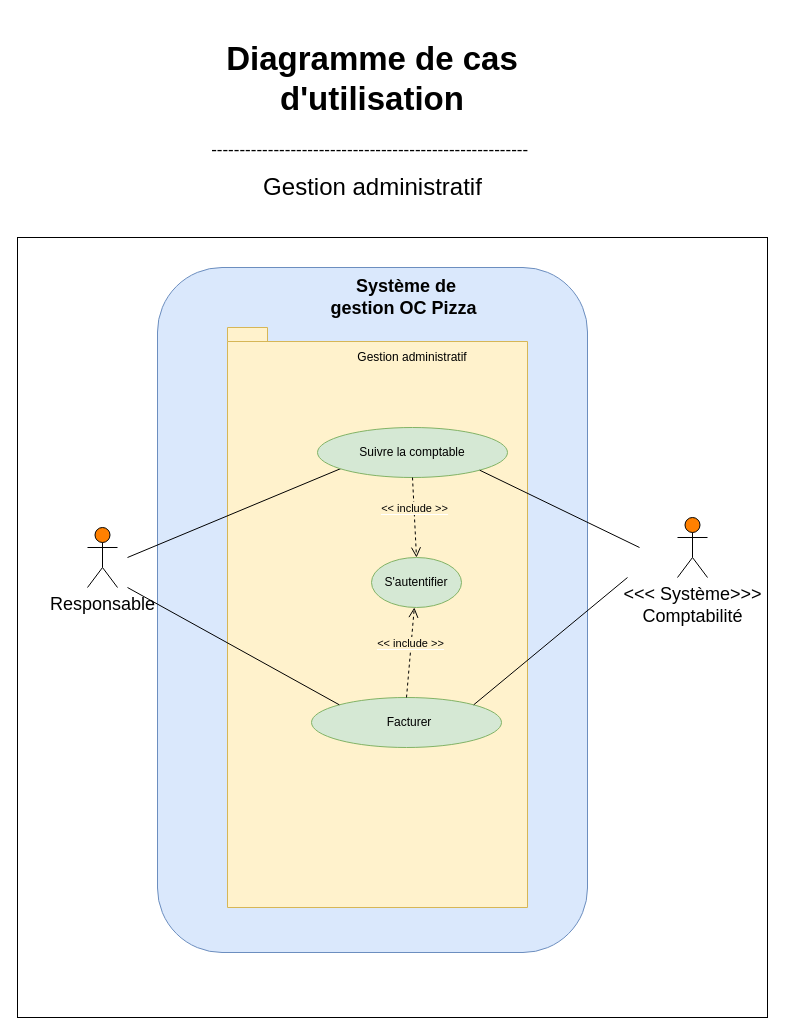
Before: page "Gestion administratif" (5 of 5) of Use case Diagram.drawio in Maayaavi/OC_Project_4, a draw.io diagram. Source tidied: cells renumbered, new cells numbered last; positions are measured from the earlier drawing's top-left corner, leaving out a move shared by most shapes. Both pictures are drawn from the tidied source at 100%, with x=0, y=0 at pixel (17, 27).
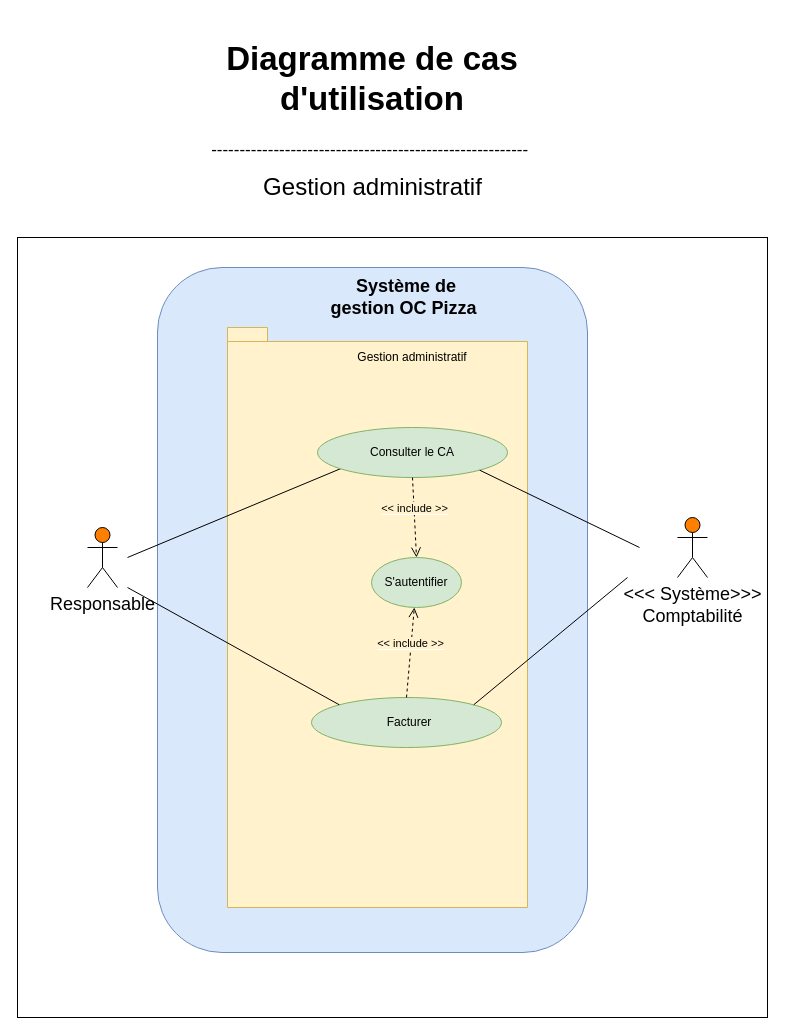
Above is the later version.

The edit, as a diff of the source:
```diff
@@
-    <mxCell id="11" value="Suivre la comptable" style="text;html=1;strokeColor=none;fillColor=none;align=center;verticalAlign=middle;whiteSpace=wrap;rounded=0;" parent="1" vertex="1">
+    <mxCell id="11" value="Consulter le CA" style="text;html=1;strokeColor=none;fillColor=none;align=center;verticalAlign=middle;whiteSpace=wrap;rounded=0;" parent="1" vertex="1">
       <mxGeometry x="290" y="415" width="210" height="20" as="geometry" />
     </mxCell>
```
